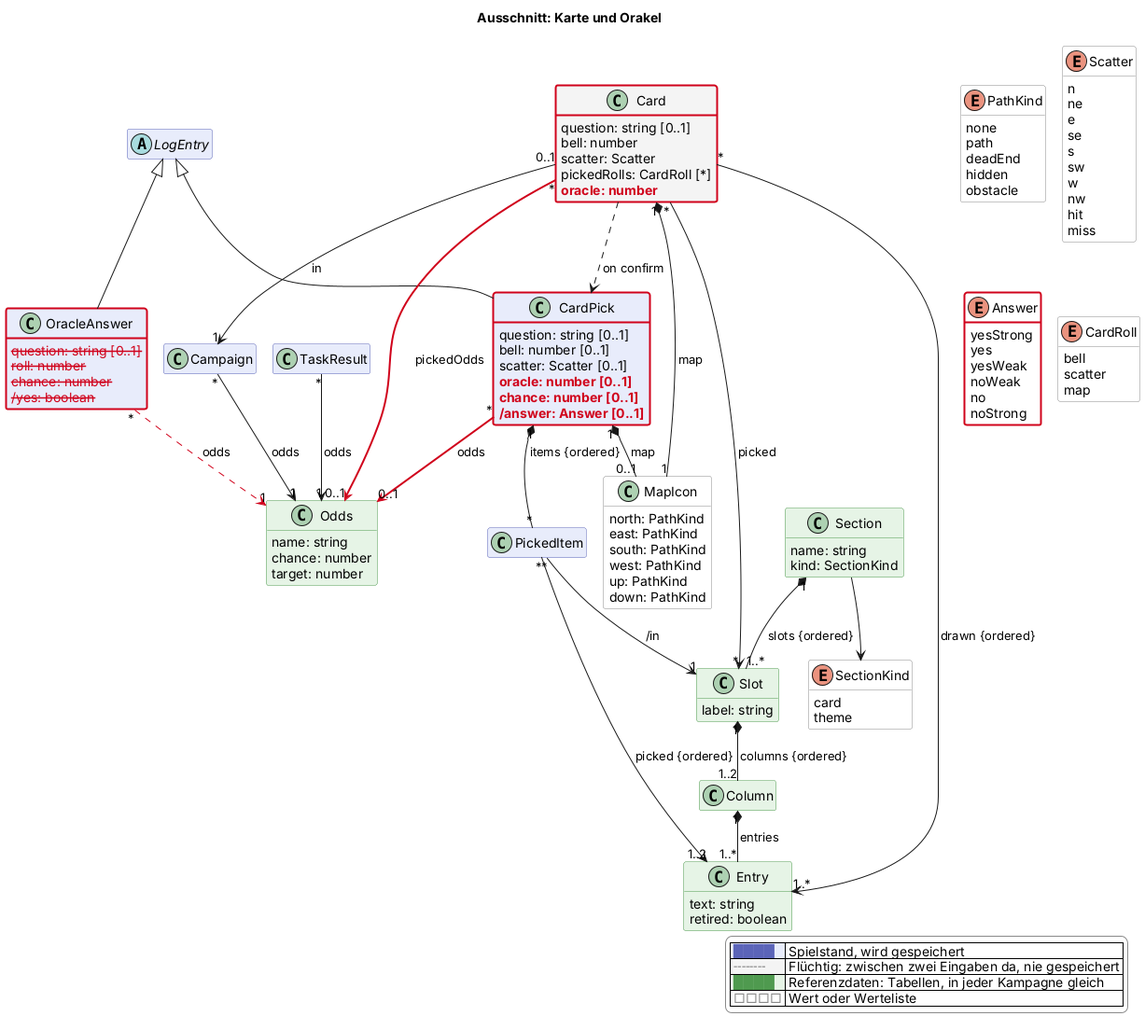
This is docs/views/karte.png from scuzzar/SRE, a PlantUML export, as it was before one commit.
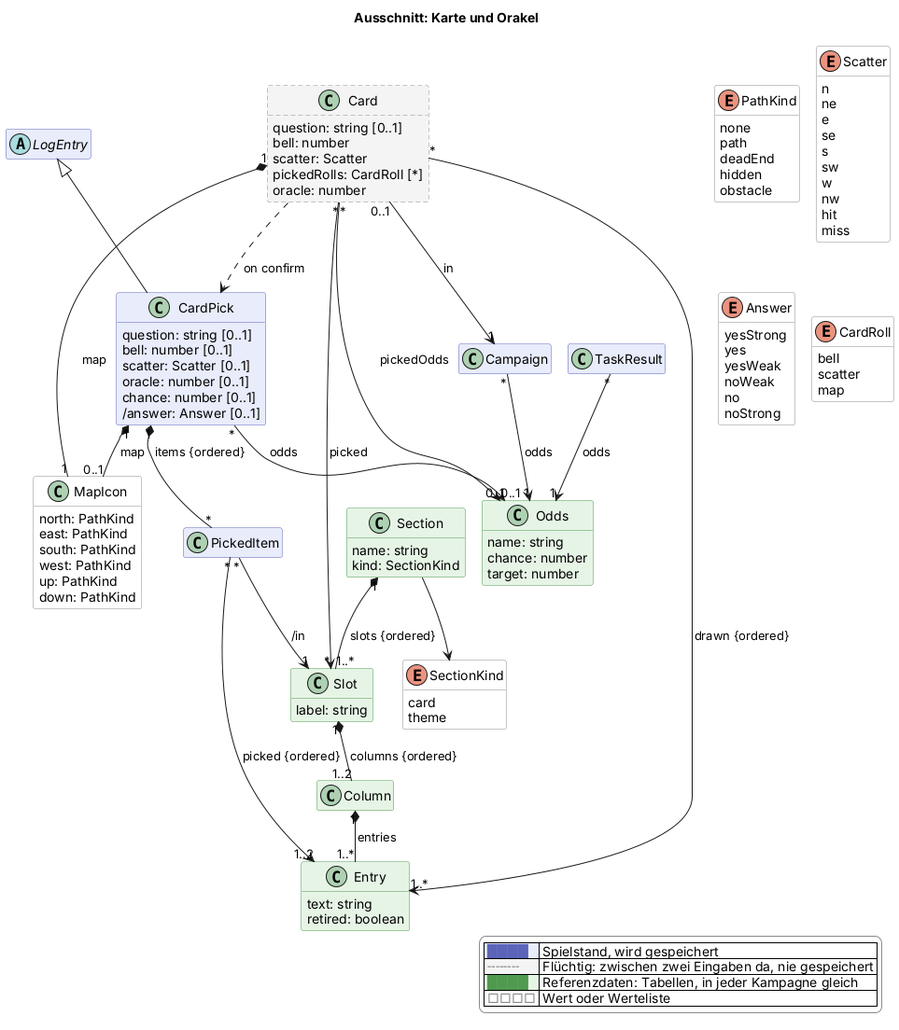
After the change.

Commit message:
Modell: Orakel auf der Karte (2026-11-14d) freigegeben

Diff of the diagram source:
```diff
@@ -71,19 +71,13 @@
 
 
   abstract class LogEntry $probe
-  class OracleAnswer $karte {
-    $gone("2026-11-14d", "question: string [0..1]")
-    $gone("2026-11-14d", "roll: number")
-    $gone("2026-11-14d", "chance: number")
-    $gone("2026-11-14d", "/yes: boolean")
-  }
   class CardPick $karte {
     question: string [0..1]
     bell: number [0..1]
     scatter: Scatter [0..1]
-    $new("2026-11-14d", "oracle: number [0..1]")
-    $new("2026-11-14d", "chance: number [0..1]")
-    $new("2026-11-14d", "/answer: Answer [0..1]")
+    oracle: number [0..1]
+    chance: number [0..1]
+    /answer: Answer [0..1]
   }
   class PickedItem $karte
 
@@ -93,7 +87,7 @@
     bell: number
     scatter: Scatter
     pickedRolls: CardRoll [*]
-    $new("2026-11-14d", "oracle: number")
+    oracle: number
   }
   class MapIcon <<value>> $karte {
     north: PathKind
@@ -122,7 +116,7 @@
     hit
     miss
   }
-  enum Answer <<value>> $karte $newClass("2026-11-14d") {
+  enum Answer <<value>> $karte {
     yesStrong
     yes
     yesWeak
@@ -167,11 +161,9 @@
 
 
 
-LogEntry <|-- OracleAnswer
 LogEntry <|-- CardPick
 CardPick "1" *-- "*" PickedItem : items {ordered}
 CardPick "1" *-- "0..1" MapIcon : map
-OracleAnswer "*" -$goneArrow("2026-11-14d")-> "1" Odds : odds
 TaskResult "*" --> "1" Odds : odds
 
 
@@ -181,8 +173,8 @@
 Card "*" --> "1..*" Entry : drawn {ordered}
 Card "*" --> "*" Slot : picked
 Card ..> CardPick : on confirm
-CardPick "*" -$newArrow("2026-11-14d")-> "0..1" Odds : odds
-Card "*" -$newArrow("2026-11-14d")-> "0..1" Odds : pickedOdds
+CardPick "*" --> "0..1" Odds : odds
+Card "*" --> "0..1" Odds : pickedOdds
 Card "1" *-- "1" MapIcon : map
 PickedItem "*" --> "1" Slot : /in
 PickedItem "*" --> "1..2" Entry : picked {ordered}
@@ -198,7 +190,4 @@
   |<#e6f4e6> <color:#4f9a4f>████</color> | Referenzdaten: Tabellen, in jeder Kampagne gleich |
   |<#ffffff> <color:#8a8a8a>□□□□</color> | Wert oder Werteliste |
 endlegend
-class OracleAnswer #line:d0021b;line.bold
-class CardPick #line:d0021b;line.bold
-class Card #line:d0021b;line.bold
 @enduml
```
